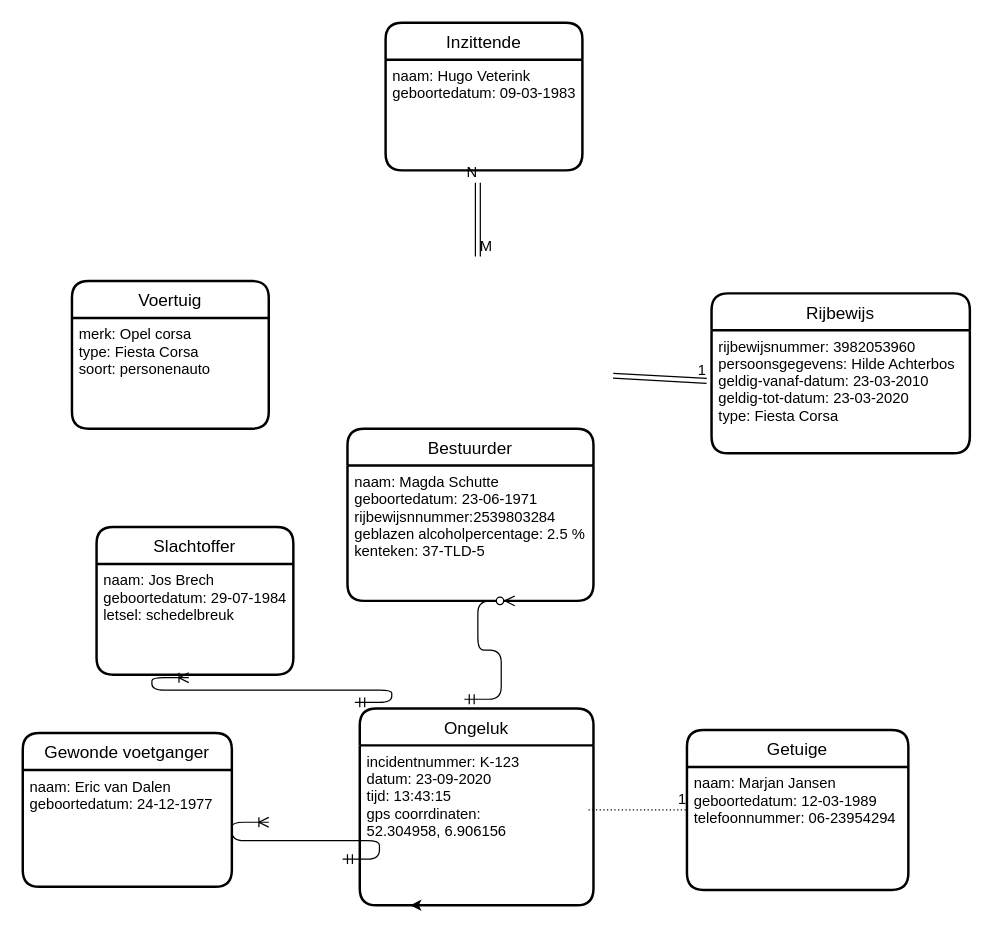
Earlier version of the draw.io diagram Untitled Diagram.drawio (tomschutte2810/tomschutte). Source tidied: cells renumbered, new cells numbered last; positions are measured from the earlier drawing's top-left corner, leaving out a move shared by most shapes. Both pictures are drawn from the tidied source at 123%, with x=0, y=0 at pixel (22, 22).
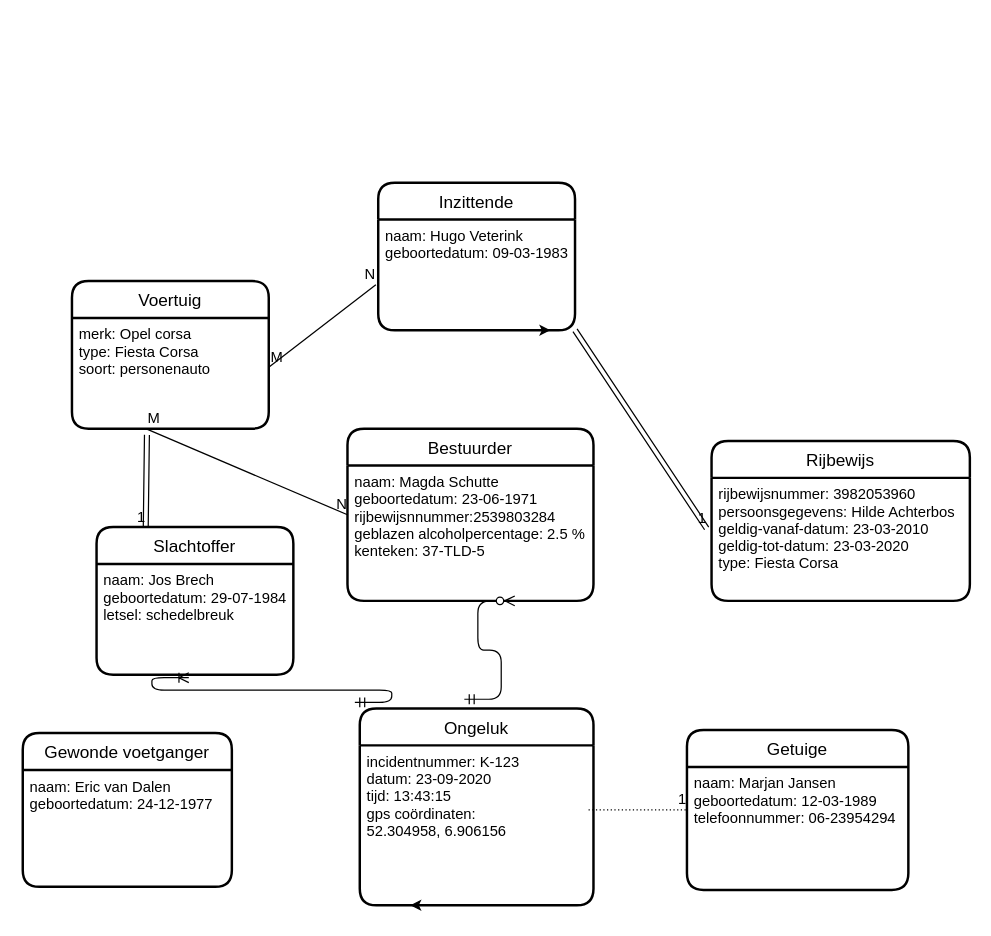
Above is the later version.

The change refers to these unchanged cells:
```xml
<mxCell id="3" value="merk: Opel corsa&#10;type: Fiesta Corsa&#10;soort: personenauto" style="align=left;strokeColor=none;fillColor=none;spacingLeft=4;fontSize=12;verticalAlign=top;" parent="2" vertex="1">
  <mxGeometry y="30" width="160" height="90" as="geometry" />
</mxCell>
<mxCell id="17" value="Slachtoffer" style="swimlane;horizontal=1;startSize=30;rounded=1;fontSize=14;fontStyle=0;strokeWidth=2;shadow=0;dashed=0;align=center;" parent="1" vertex="1">
  <mxGeometry x="60" y="410" width="160" height="120" as="geometry" />
</mxCell>
<mxCell id="19" value="Bestuurder" style="swimlane;horizontal=1;startSize=30;rounded=1;fontSize=14;fontStyle=0;strokeWidth=2;shadow=0;dashed=0;align=center;" parent="1" vertex="1">
  <mxGeometry x="264" y="330" width="200" height="140" as="geometry" />
</mxCell>
<mxCell id="22" value="Ongeluk" style="swimlane;horizontal=1;startSize=30;rounded=1;fontSize=14;fontStyle=0;strokeWidth=2;shadow=0;dashed=0;align=center;" parent="1" vertex="1">
  <mxGeometry x="274" y="557.5" width="190" height="160" as="geometry" />
</mxCell>
```

Change to the diagram source:
```diff
@@
-    <mxCell id="4" value="Rijbewijs" style="swimlane;horizontal=1;startSize=30;rounded=1;fontSize=14;fontStyle=0;strokeWidth=2;shadow=0;dashed=0;align=center;" parent="1" vertex="1">
-      <mxGeometry x="560" y="220" width="210" height="130" as="geometry" />
-    </mxCell>
-    <mxCell id="5" value="rijbewijsnummer: 3982053960&#10;persoonsgegevens: Hilde Achterbos&#10;geldig-vanaf-datum: 23-03-2010&#10;geldig-tot-datum: 23-03-2020&#10;type: Fiesta Corsa" style="align=left;strokeColor=none;fillColor=none;spacingLeft=4;fontSize=12;verticalAlign=top;" parent="4" vertex="1">
-      <mxGeometry y="30" width="210" height="100" as="geometry" />
-    </mxCell>
@@
-    <mxCell id="8" value="Inzittende" style="swimlane;horizontal=1;startSize=30;rounded=1;fontSize=14;fontStyle=0;strokeWidth=2;shadow=0;dashed=0;align=center;" parent="1" vertex="1">
-      <mxGeometry x="295" width="160" height="120" as="geometry" />
-    </mxCell>
-    <mxCell id="9" value="naam: Hugo Veterink&#10;geboortedatum: 09-03-1983&#10;" style="align=left;strokeColor=none;fillColor=none;spacingLeft=4;fontSize=12;verticalAlign=top;" parent="8" vertex="1">
-      <mxGeometry y="30" width="160" height="90" as="geometry" />
-    </mxCell>
-    <mxCell id="10" style="shape=link;html=1;rounded=0;entryX=-0.019;entryY=0.411;entryDx=0;entryDy=0;entryPerimeter=0;" parent="1" edge="1" target="5">
-      <mxGeometry relative="1" as="geometry">
-        <mxPoint x="480" y="287" as="sourcePoint" />
-      </mxGeometry>
+    <mxCell id="10" style="shape=link;html=1;rounded=0;entryX=-0.019;entryY=0.411;entryDx=0;entryDy=0;entryPerimeter=0;exitX=1;exitY=1;exitDx=0;exitDy=0;" parent="1" edge="1" source="9" target="5">
+      <mxGeometry relative="1" as="geometry" />
     </mxCell>
@@
-    <mxCell id="12" style="shape=link;html=1;rounded=0;" parent="1" edge="1">
-      <mxGeometry relative="1" as="geometry">
-        <mxPoint x="370" y="190" as="sourcePoint" />
-        <mxPoint x="370" y="130" as="targetPoint" />
-      </mxGeometry>
-    </mxCell>
-    <mxCell id="13" value="M" style="html=1;align=left;verticalAlign=bottom;" parent="12" vertex="1">
-      <mxGeometry x="-1" relative="1" as="geometry" />
-    </mxCell>
-    <mxCell id="14" value="N" style="html=1;align=right;verticalAlign=bottom;" parent="12" vertex="1">
-      <mxGeometry x="1" relative="1" as="geometry" />
-    </mxCell>
@@
-    <mxCell id="23" value="incidentnummer: K-123&#10;datum: 23-09-2020&#10;tijd: 13:43:15&#10;gps coorrdinaten: &#10;52.304958, 6.906156" style="align=left;strokeColor=none;fillColor=none;spacingLeft=4;fontSize=12;verticalAlign=top;" parent="22" vertex="1">
+    <mxCell id="23" value="incidentnummer: K-123&#10;datum: 23-09-2020&#10;tijd: 13:43:15&#10;gps coördinaten: &#10;52.304958, 6.906156" style="align=left;strokeColor=none;fillColor=none;spacingLeft=4;fontSize=12;verticalAlign=top;" parent="22" vertex="1">
       <mxGeometry y="30" width="190" height="130" as="geometry" />
     </mxCell>
@@
-    <mxCell id="28" style="edgeStyle=entityRelationEdgeStyle;fontSize=12;html=1;endArrow=ERoneToMany;startArrow=ERmandOne;" parent="1" edge="1">
-      <mxGeometry relative="1" as="geometry">
-        <mxPoint x="260" y="680" as="sourcePoint" />
-        <mxPoint x="200" y="650" as="targetPoint" />
-      </mxGeometry>
-    </mxCell>
+    <mxCell id="8" value="Inzittende" style="swimlane;horizontal=1;startSize=30;rounded=1;fontSize=14;fontStyle=0;strokeWidth=2;shadow=0;dashed=0;align=center;" parent="1" vertex="1">
+      <mxGeometry x="289" y="130" width="160" height="120" as="geometry" />
+    </mxCell>
+    <mxCell id="9" value="naam: Hugo Veterink&#10;geboortedatum: 09-03-1983&#10;" style="align=left;strokeColor=none;fillColor=none;spacingLeft=4;fontSize=12;verticalAlign=top;" parent="8" vertex="1">
+      <mxGeometry y="30" width="160" height="90" as="geometry" />
+    </mxCell>
+    <mxCell id="29" style="edgeStyle=orthogonalEdgeStyle;rounded=0;orthogonalLoop=1;jettySize=auto;html=1;exitX=0.75;exitY=1;exitDx=0;exitDy=0;entryX=0.875;entryY=1;entryDx=0;entryDy=0;entryPerimeter=0;" parent="8" edge="1" source="9" target="9">
+      <mxGeometry relative="1" as="geometry" />
+    </mxCell>
+    <mxCell id="4" value="Rijbewijs" style="swimlane;horizontal=1;startSize=30;rounded=1;fontSize=14;fontStyle=0;strokeWidth=2;shadow=0;dashed=0;align=center;" parent="1" vertex="1">
+      <mxGeometry x="560" y="340" width="210" height="130" as="geometry" />
+    </mxCell>
+    <mxCell id="5" value="rijbewijsnummer: 3982053960&#10;persoonsgegevens: Hilde Achterbos&#10;geldig-vanaf-datum: 23-03-2010&#10;geldig-tot-datum: 23-03-2020&#10;type: Fiesta Corsa" style="align=left;strokeColor=none;fillColor=none;spacingLeft=4;fontSize=12;verticalAlign=top;" parent="4" vertex="1">
+      <mxGeometry y="30" width="210" height="100" as="geometry" />
+    </mxCell>
+    <mxCell id="30" style="endArrow=none;html=1;rounded=0;entryX=0;entryY=0.5;entryDx=0;entryDy=0;" parent="1" edge="1" target="19">
+      <mxGeometry relative="1" as="geometry">
+        <mxPoint x="100" y="330" as="sourcePoint" />
+      </mxGeometry>
+    </mxCell>
+    <mxCell id="31" value="M" style="html=1;align=left;verticalAlign=bottom;" parent="30" vertex="1">
+      <mxGeometry x="-1" relative="1" as="geometry" />
+    </mxCell>
+    <mxCell id="32" value="N" style="html=1;align=right;verticalAlign=bottom;" parent="30" vertex="1">
+      <mxGeometry x="1" relative="1" as="geometry" />
+    </mxCell>
+    <mxCell id="33" style="endArrow=none;html=1;rounded=0;entryX=-0.012;entryY=0.589;entryDx=0;entryDy=0;entryPerimeter=0;" parent="1" edge="1" target="9">
+      <mxGeometry relative="1" as="geometry">
+        <mxPoint x="200" y="280" as="sourcePoint" />
+      </mxGeometry>
+    </mxCell>
+    <mxCell id="34" value="M" style="html=1;align=left;verticalAlign=bottom;" parent="33" vertex="1">
+      <mxGeometry x="-1" relative="1" as="geometry" />
+    </mxCell>
+    <mxCell id="35" value="N" style="html=1;align=right;verticalAlign=bottom;" parent="33" vertex="1">
+      <mxGeometry x="1" relative="1" as="geometry" />
+    </mxCell>
+    <mxCell id="36" style="shape=link;html=1;rounded=0;entryX=0.25;entryY=0;entryDx=0;entryDy=0;exitX=0.381;exitY=1.056;exitDx=0;exitDy=0;exitPerimeter=0;" parent="1" edge="1" source="3" target="17">
+      <mxGeometry relative="1" as="geometry" />
+    </mxCell>
+    <mxCell id="37" value="1" style="html=1;align=right;verticalAlign=bottom;" parent="36" vertex="1">
+      <mxGeometry x="1" relative="1" as="geometry" />
+    </mxCell>
```
